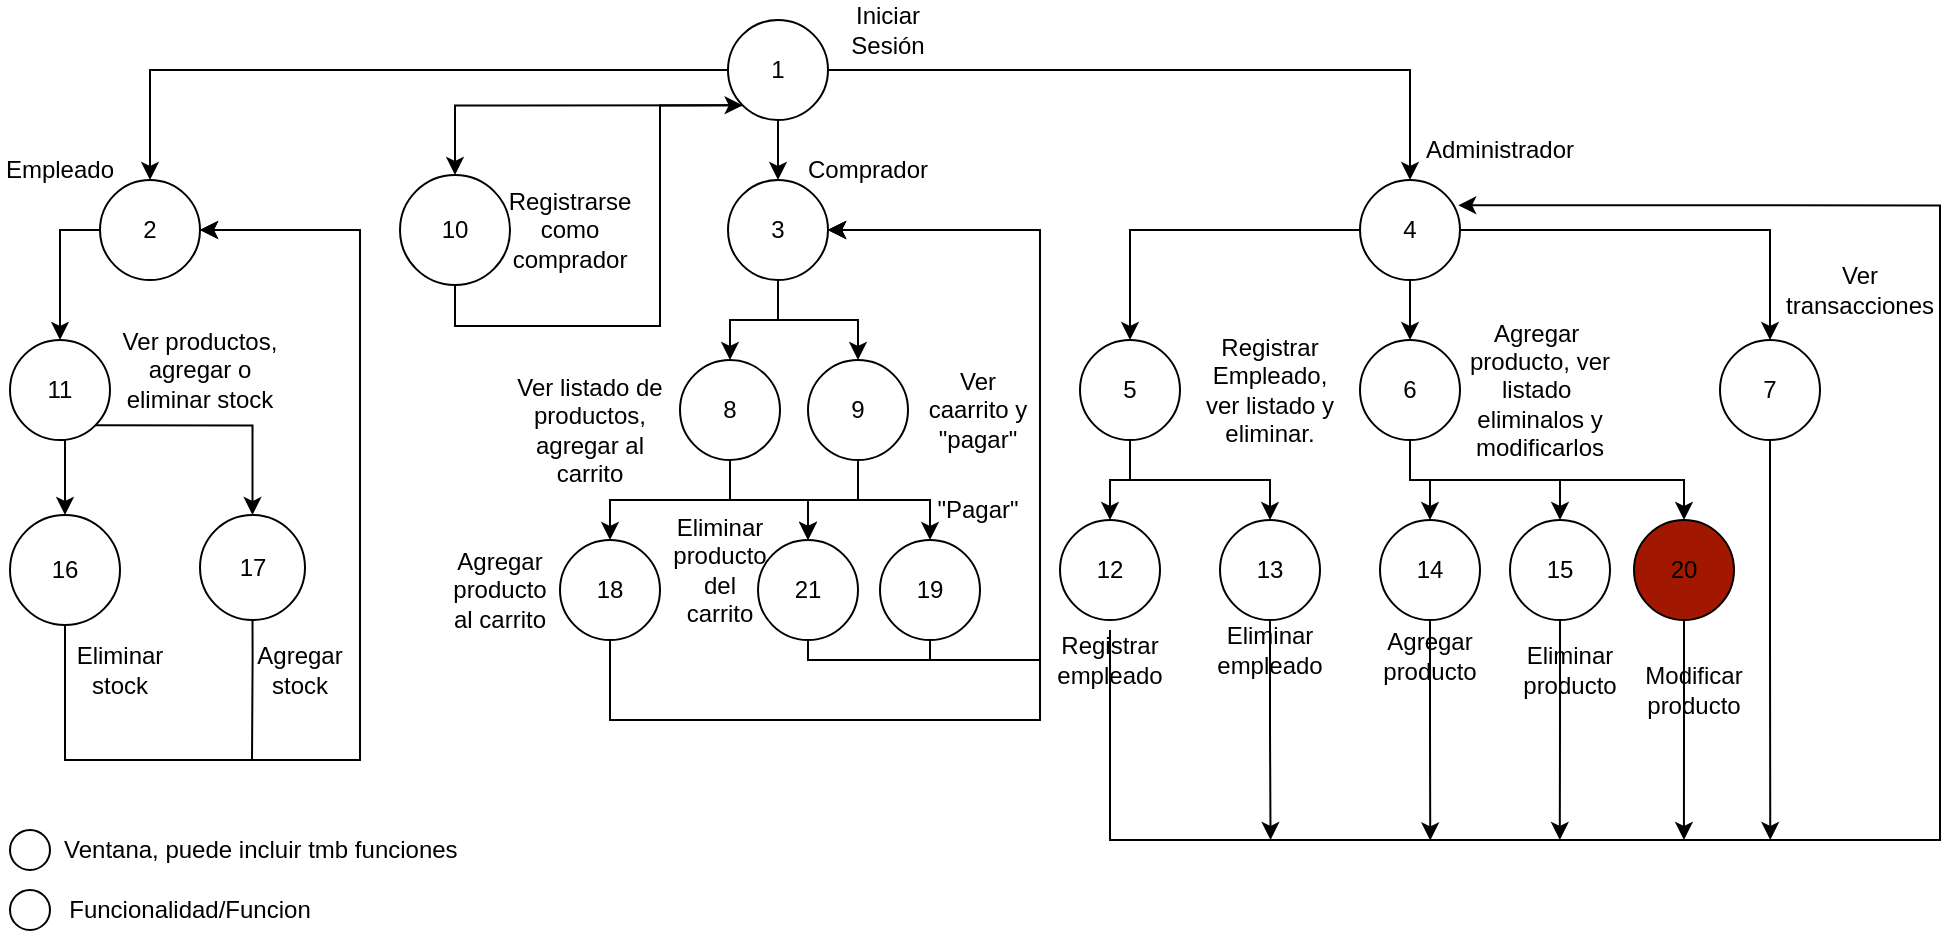
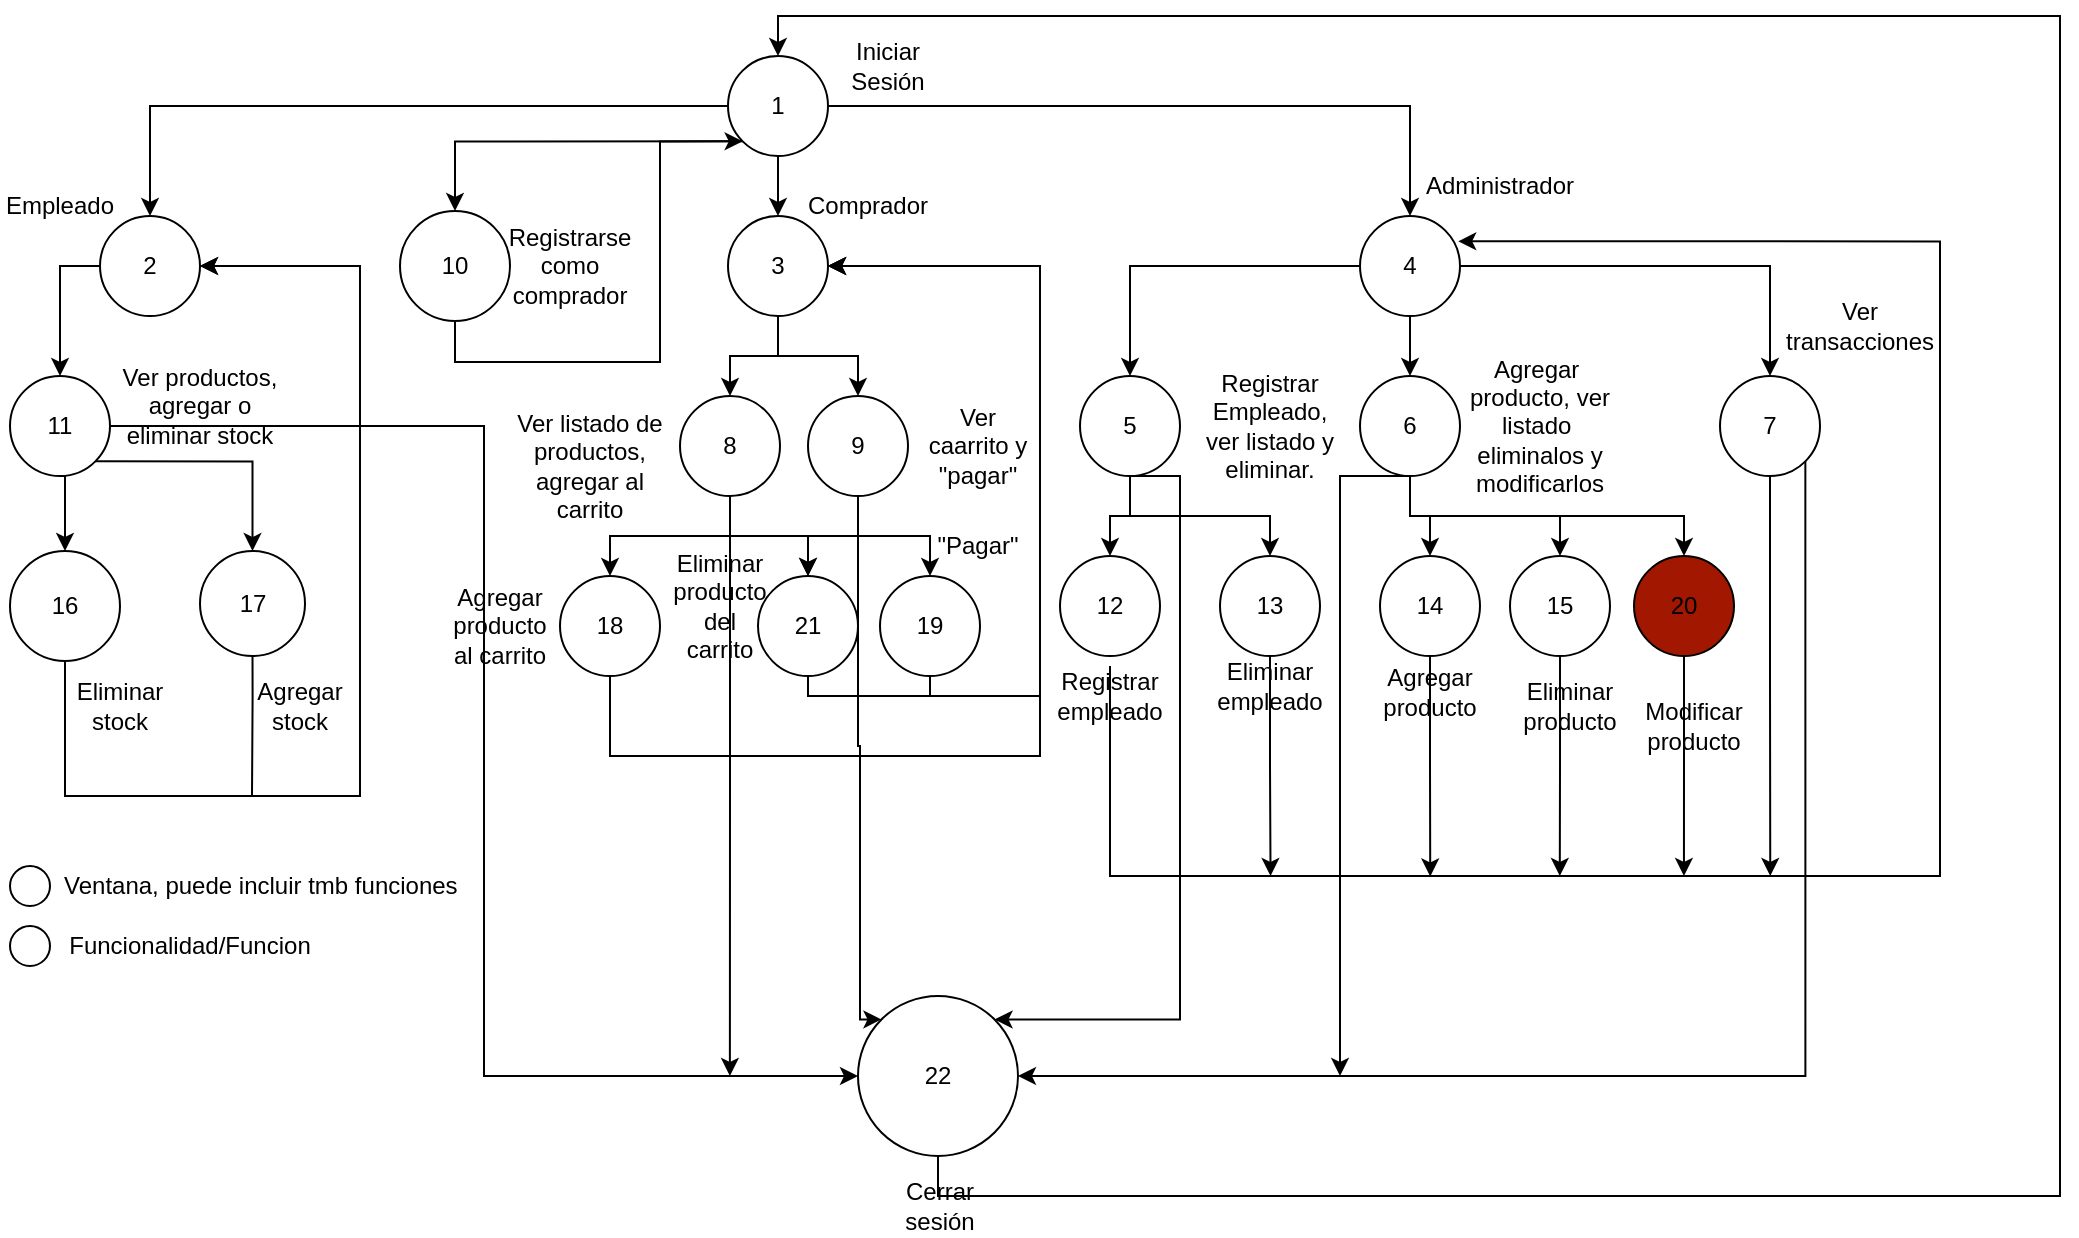
<mxfile host="Electron">
  <diagram name="General" id="yABXoofkzUlfOp70S79y">
-     <mxGraphModel dx="769" dy="369" grid="1" gridSize="10" guides="1" tooltips="1" connect="1" arrows="1" fold="1" page="1" pageScale="1" pageWidth="827" pageHeight="1169" math="0" shadow="0">
+     <mxGraphModel dx="1538" dy="1907" grid="1" gridSize="10" guides="1" tooltips="1" connect="1" arrows="1" fold="1" page="1" pageScale="1" pageWidth="827" pageHeight="1169" math="0" shadow="0">
      <root>
        <mxCell id="0" />
        <mxCell id="1" parent="0" />
        <mxCell id="LBXvCYroLYcxCpWWjZGj-19" edge="1" parent="1" source="LBXvCYroLYcxCpWWjZGj-14" style="edgeStyle=orthogonalEdgeStyle;rounded=0;orthogonalLoop=1;jettySize=auto;html=1;exitX=0;exitY=0.5;exitDx=0;exitDy=0;entryX=0.5;entryY=0;entryDx=0;entryDy=0;" target="LBXvCYroLYcxCpWWjZGj-16" value="">
          <mxGeometry relative="1" as="geometry" />
        </mxCell>
        <mxCell id="LBXvCYroLYcxCpWWjZGj-20" edge="1" parent="1" source="LBXvCYroLYcxCpWWjZGj-14" style="edgeStyle=orthogonalEdgeStyle;rounded=0;orthogonalLoop=1;jettySize=auto;html=1;exitX=0.5;exitY=1;exitDx=0;exitDy=0;entryX=0.5;entryY=0;entryDx=0;entryDy=0;" target="LBXvCYroLYcxCpWWjZGj-17">
          <mxGeometry relative="1" as="geometry" />
        </mxCell>
        <mxCell id="LBXvCYroLYcxCpWWjZGj-21" edge="1" parent="1" source="LBXvCYroLYcxCpWWjZGj-14" style="edgeStyle=orthogonalEdgeStyle;rounded=0;orthogonalLoop=1;jettySize=auto;html=1;exitX=1;exitY=0.5;exitDx=0;exitDy=0;entryX=0.5;entryY=0;entryDx=0;entryDy=0;" target="LBXvCYroLYcxCpWWjZGj-18">
          <mxGeometry relative="1" as="geometry" />
        </mxCell>
        <mxCell id="LBXvCYroLYcxCpWWjZGj-45" edge="1" parent="1" source="LBXvCYroLYcxCpWWjZGj-14" style="edgeStyle=orthogonalEdgeStyle;rounded=0;orthogonalLoop=1;jettySize=auto;html=1;exitX=0;exitY=1;exitDx=0;exitDy=0;entryX=0.5;entryY=0;entryDx=0;entryDy=0;" target="LBXvCYroLYcxCpWWjZGj-44">
          <mxGeometry relative="1" as="geometry" />
        </mxCell>
        <mxCell id="LBXvCYroLYcxCpWWjZGj-14" parent="1" style="ellipse;whiteSpace=wrap;html=1;aspect=fixed;fillColor=light-dark(#FFFFFF,#18952A);" value="1" vertex="1">
          <mxGeometry height="50" width="50" x="374" y="20" as="geometry" />
        </mxCell>
        <mxCell id="LBXvCYroLYcxCpWWjZGj-15" parent="1" style="text;html=1;whiteSpace=wrap;strokeColor=none;fillColor=none;align=center;verticalAlign=middle;rounded=0;" value="Iniciar Sesión" vertex="1">
          <mxGeometry height="30" width="60" x="424" y="10" as="geometry" />
        </mxCell>
        <mxCell id="LBXvCYroLYcxCpWWjZGj-49" edge="1" parent="1" source="LBXvCYroLYcxCpWWjZGj-16" style="edgeStyle=orthogonalEdgeStyle;rounded=0;orthogonalLoop=1;jettySize=auto;html=1;exitX=0;exitY=0.5;exitDx=0;exitDy=0;entryX=0.5;entryY=0;entryDx=0;entryDy=0;" target="LBXvCYroLYcxCpWWjZGj-47">
          <mxGeometry relative="1" as="geometry" />
        </mxCell>
        <mxCell id="LBXvCYroLYcxCpWWjZGj-16" parent="1" style="ellipse;whiteSpace=wrap;html=1;aspect=fixed;" value="2" vertex="1">
          <mxGeometry height="50" width="50" x="60" y="100" as="geometry" />
        </mxCell>
        <mxCell id="LBXvCYroLYcxCpWWjZGj-98" edge="1" parent="1" source="LBXvCYroLYcxCpWWjZGj-17" style="edgeStyle=orthogonalEdgeStyle;rounded=0;orthogonalLoop=1;jettySize=auto;html=1;exitX=0.5;exitY=1;exitDx=0;exitDy=0;entryX=0.5;entryY=0;entryDx=0;entryDy=0;" target="LBXvCYroLYcxCpWWjZGj-38">
          <mxGeometry relative="1" as="geometry" />
        </mxCell>
        <mxCell id="LBXvCYroLYcxCpWWjZGj-99" edge="1" parent="1" source="LBXvCYroLYcxCpWWjZGj-17" style="edgeStyle=orthogonalEdgeStyle;rounded=0;orthogonalLoop=1;jettySize=auto;html=1;exitX=0.5;exitY=1;exitDx=0;exitDy=0;entryX=0.5;entryY=0;entryDx=0;entryDy=0;" target="LBXvCYroLYcxCpWWjZGj-40">
          <mxGeometry relative="1" as="geometry" />
        </mxCell>
        <mxCell id="LBXvCYroLYcxCpWWjZGj-17" parent="1" style="ellipse;whiteSpace=wrap;html=1;aspect=fixed;" value="3" vertex="1">
          <mxGeometry height="50" width="50" x="374" y="100" as="geometry" />
        </mxCell>
        <mxCell id="LBXvCYroLYcxCpWWjZGj-57" edge="1" parent="1" source="LBXvCYroLYcxCpWWjZGj-18" style="edgeStyle=orthogonalEdgeStyle;rounded=0;orthogonalLoop=1;jettySize=auto;html=1;exitX=0.5;exitY=1;exitDx=0;exitDy=0;entryX=0.5;entryY=0;entryDx=0;entryDy=0;" target="LBXvCYroLYcxCpWWjZGj-26">
          <mxGeometry relative="1" as="geometry" />
        </mxCell>
        <mxCell id="LBXvCYroLYcxCpWWjZGj-58" edge="1" parent="1" source="LBXvCYroLYcxCpWWjZGj-18" style="edgeStyle=orthogonalEdgeStyle;rounded=0;orthogonalLoop=1;jettySize=auto;html=1;exitX=1;exitY=0.5;exitDx=0;exitDy=0;entryX=0.5;entryY=0;entryDx=0;entryDy=0;" target="LBXvCYroLYcxCpWWjZGj-27">
          <mxGeometry relative="1" as="geometry" />
        </mxCell>
        <mxCell id="LBXvCYroLYcxCpWWjZGj-59" edge="1" parent="1" source="LBXvCYroLYcxCpWWjZGj-18" style="edgeStyle=orthogonalEdgeStyle;rounded=0;orthogonalLoop=1;jettySize=auto;html=1;exitX=0;exitY=0.5;exitDx=0;exitDy=0;entryX=0.5;entryY=0;entryDx=0;entryDy=0;" target="LBXvCYroLYcxCpWWjZGj-25">
          <mxGeometry relative="1" as="geometry" />
        </mxCell>
        <mxCell id="LBXvCYroLYcxCpWWjZGj-18" parent="1" style="ellipse;whiteSpace=wrap;html=1;aspect=fixed;" value="4" vertex="1">
          <mxGeometry height="50" width="50" x="690" y="100" as="geometry" />
        </mxCell>
        <mxCell id="LBXvCYroLYcxCpWWjZGj-22" parent="1" style="text;html=1;whiteSpace=wrap;strokeColor=none;fillColor=none;align=center;verticalAlign=middle;rounded=0;" value="Empleado" vertex="1">
          <mxGeometry height="30" width="60" x="10" y="80" as="geometry" />
        </mxCell>
        <mxCell id="LBXvCYroLYcxCpWWjZGj-23" parent="1" style="text;html=1;whiteSpace=wrap;strokeColor=none;fillColor=none;align=center;verticalAlign=middle;rounded=0;" value="Comprador" vertex="1">
          <mxGeometry height="30" width="60" x="414" y="80" as="geometry" />
        </mxCell>
        <mxCell id="LBXvCYroLYcxCpWWjZGj-24" parent="1" style="text;html=1;whiteSpace=wrap;strokeColor=none;fillColor=none;align=center;verticalAlign=middle;rounded=0;" value="Administrador" vertex="1">
          <mxGeometry height="30" width="60" x="730" y="70" as="geometry" />
        </mxCell>
        <mxCell id="LBXvCYroLYcxCpWWjZGj-60" edge="1" parent="1" source="LBXvCYroLYcxCpWWjZGj-25" style="edgeStyle=orthogonalEdgeStyle;rounded=0;orthogonalLoop=1;jettySize=auto;html=1;exitX=0.5;exitY=1;exitDx=0;exitDy=0;entryX=0.5;entryY=0;entryDx=0;entryDy=0;" target="LBXvCYroLYcxCpWWjZGj-54">
          <mxGeometry relative="1" as="geometry" />
        </mxCell>
        <mxCell id="LBXvCYroLYcxCpWWjZGj-61" edge="1" parent="1" source="LBXvCYroLYcxCpWWjZGj-25" style="edgeStyle=orthogonalEdgeStyle;rounded=0;orthogonalLoop=1;jettySize=auto;html=1;exitX=0.5;exitY=1;exitDx=0;exitDy=0;" target="LBXvCYroLYcxCpWWjZGj-55">
          <mxGeometry relative="1" as="geometry" />
        </mxCell>
+         <mxCell id="wNyk0zgXBIJdKZvLJYqR-15" edge="1" parent="1" source="LBXvCYroLYcxCpWWjZGj-25" style="edgeStyle=orthogonalEdgeStyle;rounded=0;orthogonalLoop=1;jettySize=auto;html=1;exitX=0.5;exitY=1;exitDx=0;exitDy=0;entryX=1;entryY=0;entryDx=0;entryDy=0;" target="wNyk0zgXBIJdKZvLJYqR-11">
+           <mxGeometry relative="1" as="geometry">
+             <Array as="points">
+               <mxPoint x="600" y="230" />
+               <mxPoint x="600" y="502" />
+             </Array>
+           </mxGeometry>
+         </mxCell>
        <mxCell id="LBXvCYroLYcxCpWWjZGj-25" parent="1" style="ellipse;whiteSpace=wrap;html=1;aspect=fixed;fillColor=light-dark(#FFFFFF,#18952A);" value="5" vertex="1">
          <mxGeometry height="50" width="50" x="550" y="180" as="geometry" />
        </mxCell>
        <mxCell id="LBXvCYroLYcxCpWWjZGj-66" edge="1" parent="1" source="LBXvCYroLYcxCpWWjZGj-26" style="edgeStyle=orthogonalEdgeStyle;rounded=0;orthogonalLoop=1;jettySize=auto;html=1;exitX=0.5;exitY=1;exitDx=0;exitDy=0;entryX=0.5;entryY=0;entryDx=0;entryDy=0;" target="LBXvCYroLYcxCpWWjZGj-64">
          <mxGeometry relative="1" as="geometry" />
        </mxCell>
        <mxCell id="LBXvCYroLYcxCpWWjZGj-67" edge="1" parent="1" source="LBXvCYroLYcxCpWWjZGj-26" style="edgeStyle=orthogonalEdgeStyle;rounded=0;orthogonalLoop=1;jettySize=auto;html=1;exitX=0.5;exitY=1;exitDx=0;exitDy=0;entryX=0.5;entryY=0;entryDx=0;entryDy=0;" target="LBXvCYroLYcxCpWWjZGj-65">
          <mxGeometry relative="1" as="geometry" />
        </mxCell>
        <mxCell id="hRm-Ou00VWeYjdHq_WFA-5" edge="1" parent="1" source="LBXvCYroLYcxCpWWjZGj-26" style="edgeStyle=orthogonalEdgeStyle;rounded=0;orthogonalLoop=1;jettySize=auto;html=1;exitX=0.5;exitY=1;exitDx=0;exitDy=0;entryX=0.5;entryY=0;entryDx=0;entryDy=0;" target="hRm-Ou00VWeYjdHq_WFA-3">
          <mxGeometry relative="1" as="geometry" />
        </mxCell>
+         <mxCell id="wNyk0zgXBIJdKZvLJYqR-20" edge="1" parent="1" source="LBXvCYroLYcxCpWWjZGj-26" style="edgeStyle=orthogonalEdgeStyle;rounded=0;orthogonalLoop=1;jettySize=auto;html=1;exitX=0.5;exitY=1;exitDx=0;exitDy=0;">
+           <mxGeometry relative="1" as="geometry">
+             <Array as="points">
+               <mxPoint x="680" y="230" />
+               <mxPoint x="680" y="530" />
+             </Array>
+             <mxPoint x="680" y="530" as="targetPoint" />
+           </mxGeometry>
+         </mxCell>
        <mxCell id="LBXvCYroLYcxCpWWjZGj-26" parent="1" style="ellipse;whiteSpace=wrap;html=1;aspect=fixed;fillColor=light-dark(#FFFFFF,#18952A);" value="6" vertex="1">
          <mxGeometry height="50" width="50" x="690" y="180" as="geometry" />
        </mxCell>
        <mxCell id="hRm-Ou00VWeYjdHq_WFA-1" edge="1" parent="1" source="LBXvCYroLYcxCpWWjZGj-27" style="edgeStyle=orthogonalEdgeStyle;rounded=0;orthogonalLoop=1;jettySize=auto;html=1;exitX=0.5;exitY=1;exitDx=0;exitDy=0;">
          <mxGeometry relative="1" as="geometry">
            <mxPoint x="895.1290322580644" y="430" as="targetPoint" />
          </mxGeometry>
        </mxCell>
+         <mxCell id="wNyk0zgXBIJdKZvLJYqR-19" edge="1" parent="1" source="LBXvCYroLYcxCpWWjZGj-27" style="edgeStyle=orthogonalEdgeStyle;rounded=0;orthogonalLoop=1;jettySize=auto;html=1;exitX=1;exitY=1;exitDx=0;exitDy=0;entryX=1;entryY=0.5;entryDx=0;entryDy=0;" target="wNyk0zgXBIJdKZvLJYqR-11">
+           <mxGeometry relative="1" as="geometry">
+             <Array as="points">
+               <mxPoint x="913" y="530" />
+             </Array>
+           </mxGeometry>
+         </mxCell>
        <mxCell id="LBXvCYroLYcxCpWWjZGj-27" parent="1" style="ellipse;whiteSpace=wrap;html=1;aspect=fixed;fillColor=light-dark(#FFFFFF,#18952A);" value="7" vertex="1">
          <mxGeometry height="50" width="50" x="870" y="180" as="geometry" />
        </mxCell>
        <mxCell id="LBXvCYroLYcxCpWWjZGj-28" parent="1" style="text;html=1;whiteSpace=wrap;strokeColor=none;fillColor=none;align=center;verticalAlign=middle;rounded=0;" value="Registrar&lt;div&gt;Empleado,&lt;/div&gt;&lt;div&gt;ver listado y eliminar.&lt;/div&gt;" vertex="1">
          <mxGeometry height="30" width="70" x="610" y="190" as="geometry" />
        </mxCell>
        <mxCell id="LBXvCYroLYcxCpWWjZGj-30" parent="1" style="text;html=1;whiteSpace=wrap;strokeColor=none;fillColor=none;align=center;verticalAlign=middle;rounded=0;" value="Agregar&amp;nbsp;&lt;div&gt;producto, ver listado&amp;nbsp; eliminalos y modificarlos&lt;/div&gt;" vertex="1">
          <mxGeometry height="30" width="80" x="740" y="190" as="geometry" />
        </mxCell>
        <mxCell id="LBXvCYroLYcxCpWWjZGj-34" parent="1" style="text;html=1;whiteSpace=wrap;strokeColor=none;fillColor=none;align=center;verticalAlign=middle;rounded=0;" value="Ver transacciones" vertex="1">
          <mxGeometry height="30" width="60" x="910" y="140" as="geometry" />
        </mxCell>
        <mxCell id="LBXvCYroLYcxCpWWjZGj-102" edge="1" parent="1" source="LBXvCYroLYcxCpWWjZGj-38" style="edgeStyle=orthogonalEdgeStyle;rounded=0;orthogonalLoop=1;jettySize=auto;html=1;exitX=0.5;exitY=1;exitDx=0;exitDy=0;entryX=0.5;entryY=0;entryDx=0;entryDy=0;" target="LBXvCYroLYcxCpWWjZGj-100">
          <mxGeometry relative="1" as="geometry" />
        </mxCell>
        <mxCell id="wNyk0zgXBIJdKZvLJYqR-7" edge="1" parent="1" source="LBXvCYroLYcxCpWWjZGj-38" style="edgeStyle=orthogonalEdgeStyle;rounded=0;orthogonalLoop=1;jettySize=auto;html=1;exitX=0.5;exitY=1;exitDx=0;exitDy=0;entryX=0.5;entryY=0;entryDx=0;entryDy=0;" target="wNyk0zgXBIJdKZvLJYqR-1">
          <mxGeometry relative="1" as="geometry" />
        </mxCell>
+         <mxCell id="wNyk0zgXBIJdKZvLJYqR-22" edge="1" parent="1" source="LBXvCYroLYcxCpWWjZGj-38" style="edgeStyle=orthogonalEdgeStyle;rounded=0;orthogonalLoop=1;jettySize=auto;html=1;exitX=0.5;exitY=1;exitDx=0;exitDy=0;">
+           <mxGeometry relative="1" as="geometry">
+             <mxPoint x="374.9411764705883" y="530" as="targetPoint" />
+           </mxGeometry>
+         </mxCell>
        <mxCell id="LBXvCYroLYcxCpWWjZGj-38" parent="1" style="ellipse;whiteSpace=wrap;html=1;aspect=fixed;fillColor=light-dark(#FFFFFF,#18952A);" value="8" vertex="1">
          <mxGeometry height="50" width="50" x="350" y="190" as="geometry" />
        </mxCell>
        <mxCell id="LBXvCYroLYcxCpWWjZGj-39" parent="1" style="text;html=1;whiteSpace=wrap;strokeColor=none;fillColor=none;align=center;verticalAlign=middle;rounded=0;" value="Ver listado de productos, agregar al carrito" vertex="1">
          <mxGeometry height="30" width="80" x="265" y="210" as="geometry" />
        </mxCell>
        <mxCell id="LBXvCYroLYcxCpWWjZGj-104" edge="1" parent="1" source="LBXvCYroLYcxCpWWjZGj-40" style="edgeStyle=orthogonalEdgeStyle;rounded=0;orthogonalLoop=1;jettySize=auto;html=1;exitX=0.5;exitY=1;exitDx=0;exitDy=0;entryX=0.5;entryY=0;entryDx=0;entryDy=0;" target="LBXvCYroLYcxCpWWjZGj-101">
          <mxGeometry relative="1" as="geometry" />
        </mxCell>
        <mxCell id="wNyk0zgXBIJdKZvLJYqR-4" edge="1" parent="1" source="LBXvCYroLYcxCpWWjZGj-40" style="edgeStyle=orthogonalEdgeStyle;rounded=0;orthogonalLoop=1;jettySize=auto;html=1;exitX=0.5;exitY=1;exitDx=0;exitDy=0;" target="wNyk0zgXBIJdKZvLJYqR-1">
          <mxGeometry relative="1" as="geometry" />
+         </mxCell>
+         <mxCell id="wNyk0zgXBIJdKZvLJYqR-14" edge="1" parent="1" source="LBXvCYroLYcxCpWWjZGj-40" style="edgeStyle=orthogonalEdgeStyle;rounded=0;orthogonalLoop=1;jettySize=auto;html=1;exitX=0.5;exitY=1;exitDx=0;exitDy=0;entryX=0;entryY=0;entryDx=0;entryDy=0;" target="wNyk0zgXBIJdKZvLJYqR-11">
+           <mxGeometry relative="1" as="geometry">
+             <Array as="points">
+               <mxPoint x="439" y="365" />
+               <mxPoint x="440" y="365" />
+               <mxPoint x="440" y="502" />
+             </Array>
+           </mxGeometry>
        </mxCell>
        <mxCell id="LBXvCYroLYcxCpWWjZGj-40" parent="1" style="ellipse;whiteSpace=wrap;html=1;aspect=fixed;fillColor=light-dark(#FFFFFF,#18952A);" value="9" vertex="1">
          <mxGeometry height="50" width="50" x="414" y="190" as="geometry" />
        </mxCell>
        <mxCell id="LBXvCYroLYcxCpWWjZGj-41" parent="1" style="text;html=1;whiteSpace=wrap;strokeColor=none;fillColor=none;align=center;verticalAlign=middle;rounded=0;" value="Ver caarrito y &quot;pagar&quot;" vertex="1">
          <mxGeometry height="30" width="60" x="469" y="200" as="geometry" />
        </mxCell>
        <mxCell id="LBXvCYroLYcxCpWWjZGj-79" edge="1" parent="1" source="LBXvCYroLYcxCpWWjZGj-44" style="edgeStyle=orthogonalEdgeStyle;rounded=0;orthogonalLoop=1;jettySize=auto;html=1;exitX=0.5;exitY=1;exitDx=0;exitDy=0;entryX=0;entryY=1;entryDx=0;entryDy=0;" target="LBXvCYroLYcxCpWWjZGj-14">
          <mxGeometry relative="1" as="geometry">
            <Array as="points">
              <mxPoint x="237" y="173" />
              <mxPoint x="340" y="173" />
              <mxPoint x="340" y="63" />
            </Array>
          </mxGeometry>
        </mxCell>
        <mxCell id="LBXvCYroLYcxCpWWjZGj-44" parent="1" style="ellipse;whiteSpace=wrap;html=1;aspect=fixed;fillColor=light-dark(#FFFFFF,#18952A);" value="10" vertex="1">
          <mxGeometry height="55" width="55" x="210" y="97.5" as="geometry" />
        </mxCell>
        <mxCell id="LBXvCYroLYcxCpWWjZGj-46" parent="1" style="text;html=1;whiteSpace=wrap;strokeColor=none;fillColor=none;align=center;verticalAlign=middle;rounded=0;" value="Registrarse como comprador" vertex="1">
          <mxGeometry height="30" width="60" x="265" y="110" as="geometry" />
        </mxCell>
        <mxCell id="LBXvCYroLYcxCpWWjZGj-74" edge="1" parent="1" source="LBXvCYroLYcxCpWWjZGj-47" style="edgeStyle=orthogonalEdgeStyle;rounded=0;orthogonalLoop=1;jettySize=auto;html=1;exitX=0.5;exitY=1;exitDx=0;exitDy=0;entryX=0.5;entryY=0;entryDx=0;entryDy=0;" target="LBXvCYroLYcxCpWWjZGj-72">
          <mxGeometry relative="1" as="geometry" />
        </mxCell>
        <mxCell id="LBXvCYroLYcxCpWWjZGj-75" edge="1" parent="1" source="LBXvCYroLYcxCpWWjZGj-47" style="edgeStyle=orthogonalEdgeStyle;rounded=0;orthogonalLoop=1;jettySize=auto;html=1;exitX=1;exitY=1;exitDx=0;exitDy=0;" target="LBXvCYroLYcxCpWWjZGj-73">
+           <mxGeometry relative="1" as="geometry" />
+         </mxCell>
+         <mxCell id="wNyk0zgXBIJdKZvLJYqR-12" edge="1" parent="1" source="LBXvCYroLYcxCpWWjZGj-47" style="edgeStyle=orthogonalEdgeStyle;rounded=0;orthogonalLoop=1;jettySize=auto;html=1;exitX=1;exitY=0.5;exitDx=0;exitDy=0;entryX=0;entryY=0.5;entryDx=0;entryDy=0;" target="wNyk0zgXBIJdKZvLJYqR-11">
          <mxGeometry relative="1" as="geometry" />
        </mxCell>
        <mxCell id="LBXvCYroLYcxCpWWjZGj-47" parent="1" style="ellipse;whiteSpace=wrap;html=1;aspect=fixed;fillColor=light-dark(#FFFFFF,#18952A);" value="11" vertex="1">
          <mxGeometry height="50" width="50" x="15" y="180" as="geometry" />
        </mxCell>
        <mxCell id="LBXvCYroLYcxCpWWjZGj-48" parent="1" style="text;html=1;whiteSpace=wrap;strokeColor=none;fillColor=none;align=center;verticalAlign=middle;rounded=0;" value="Ver productos, agregar o eliminar stock" vertex="1">
          <mxGeometry height="30" width="80" x="70" y="180" as="geometry" />
        </mxCell>
        <mxCell id="LBXvCYroLYcxCpWWjZGj-54" parent="1" style="ellipse;whiteSpace=wrap;html=1;aspect=fixed;fillColor=light-dark(#FFFFFF,#A21700);" value="12" vertex="1">
          <mxGeometry height="50" width="50" x="540" y="270" as="geometry" />
        </mxCell>
        <mxCell id="LBXvCYroLYcxCpWWjZGj-81" edge="1" parent="1" source="LBXvCYroLYcxCpWWjZGj-55" style="edgeStyle=orthogonalEdgeStyle;rounded=0;orthogonalLoop=1;jettySize=auto;html=1;exitX=0.5;exitY=1;exitDx=0;exitDy=0;">
          <mxGeometry relative="1" as="geometry">
            <mxPoint x="645.272727272727" y="430" as="targetPoint" />
          </mxGeometry>
        </mxCell>
        <mxCell id="LBXvCYroLYcxCpWWjZGj-55" parent="1" style="ellipse;whiteSpace=wrap;html=1;aspect=fixed;fillColor=light-dark(#FFFFFF,#A21700);" value="13" vertex="1">
          <mxGeometry height="50" width="50" x="620" y="270" as="geometry" />
        </mxCell>
        <mxCell id="LBXvCYroLYcxCpWWjZGj-62" parent="1" style="text;html=1;whiteSpace=wrap;strokeColor=none;fillColor=none;align=center;verticalAlign=middle;rounded=0;" value="Registrar&lt;div&gt;empleado&lt;/div&gt;" vertex="1">
          <mxGeometry height="30" width="60" x="535" y="325" as="geometry" />
        </mxCell>
        <mxCell id="LBXvCYroLYcxCpWWjZGj-63" parent="1" style="text;html=1;whiteSpace=wrap;strokeColor=none;fillColor=none;align=center;verticalAlign=middle;rounded=0;" value="Eliminar&lt;div&gt;empleado&lt;/div&gt;" vertex="1">
          <mxGeometry height="30" width="60" x="615" y="320" as="geometry" />
        </mxCell>
        <mxCell id="LBXvCYroLYcxCpWWjZGj-88" edge="1" parent="1" source="LBXvCYroLYcxCpWWjZGj-64" style="edgeStyle=orthogonalEdgeStyle;rounded=0;orthogonalLoop=1;jettySize=auto;html=1;exitX=0.5;exitY=1;exitDx=0;exitDy=0;">
          <mxGeometry relative="1" as="geometry">
            <mxPoint x="725.1212121212122" y="430.242402047822" as="targetPoint" />
          </mxGeometry>
        </mxCell>
        <mxCell id="LBXvCYroLYcxCpWWjZGj-64" parent="1" style="ellipse;whiteSpace=wrap;html=1;aspect=fixed;fillColor=light-dark(#FFFFFF,#A21700);" value="14" vertex="1">
          <mxGeometry height="50" width="50" x="700" y="270" as="geometry" />
        </mxCell>
        <mxCell id="wNyk0zgXBIJdKZvLJYqR-9" edge="1" parent="1" source="LBXvCYroLYcxCpWWjZGj-65" style="edgeStyle=orthogonalEdgeStyle;rounded=0;orthogonalLoop=1;jettySize=auto;html=1;exitX=0.5;exitY=1;exitDx=0;exitDy=0;">
          <mxGeometry relative="1" as="geometry">
            <mxPoint x="789.8965517241379" y="430" as="targetPoint" />
          </mxGeometry>
        </mxCell>
        <mxCell id="LBXvCYroLYcxCpWWjZGj-65" parent="1" style="ellipse;whiteSpace=wrap;html=1;aspect=fixed;fillColor=light-dark(#FFFFFF,#A21700);" value="15" vertex="1">
          <mxGeometry height="50" width="50" x="765" y="270" as="geometry" />
        </mxCell>
        <mxCell id="LBXvCYroLYcxCpWWjZGj-69" parent="1" style="text;html=1;whiteSpace=wrap;strokeColor=none;fillColor=none;align=center;verticalAlign=middle;rounded=0;" value="Eliminar&lt;div&gt;producto&lt;/div&gt;" vertex="1">
          <mxGeometry height="30" width="60" x="765" y="330" as="geometry" />
        </mxCell>
        <mxCell id="LBXvCYroLYcxCpWWjZGj-96" edge="1" parent="1" source="LBXvCYroLYcxCpWWjZGj-72" style="edgeStyle=orthogonalEdgeStyle;rounded=0;orthogonalLoop=1;jettySize=auto;html=1;exitX=0.5;exitY=1;exitDx=0;exitDy=0;entryX=1;entryY=0.5;entryDx=0;entryDy=0;" target="LBXvCYroLYcxCpWWjZGj-16">
          <mxGeometry relative="1" as="geometry">
            <Array as="points">
              <mxPoint x="42" y="390" />
              <mxPoint x="190" y="390" />
              <mxPoint x="190" y="125" />
            </Array>
          </mxGeometry>
        </mxCell>
        <mxCell id="LBXvCYroLYcxCpWWjZGj-72" parent="1" style="ellipse;whiteSpace=wrap;html=1;aspect=fixed;fillColor=light-dark(#FFFFFF,#A21700);" value="16" vertex="1">
          <mxGeometry height="55" width="55" x="15" y="267.5" as="geometry" />
        </mxCell>
        <mxCell id="LBXvCYroLYcxCpWWjZGj-97" edge="1" parent="1" source="LBXvCYroLYcxCpWWjZGj-73" style="edgeStyle=orthogonalEdgeStyle;rounded=0;orthogonalLoop=1;jettySize=auto;html=1;exitX=0.5;exitY=1;exitDx=0;exitDy=0;entryX=1;entryY=0.5;entryDx=0;entryDy=0;" target="LBXvCYroLYcxCpWWjZGj-16">
          <mxGeometry relative="1" as="geometry">
            <Array as="points">
              <mxPoint x="136" y="340" />
              <mxPoint x="136" y="390" />
              <mxPoint x="190" y="390" />
              <mxPoint x="190" y="125" />
            </Array>
          </mxGeometry>
        </mxCell>
        <mxCell id="LBXvCYroLYcxCpWWjZGj-73" parent="1" style="ellipse;whiteSpace=wrap;html=1;aspect=fixed;fillColor=light-dark(#FFFFFF,#A21700);" value="17" vertex="1">
          <mxGeometry height="52.5" width="52.5" x="110" y="267.5" as="geometry" />
        </mxCell>
        <mxCell id="LBXvCYroLYcxCpWWjZGj-76" parent="1" style="text;html=1;whiteSpace=wrap;strokeColor=none;fillColor=none;align=center;verticalAlign=middle;rounded=0;" value="Eliminar&lt;div&gt;stock&lt;/div&gt;" vertex="1">
          <mxGeometry height="30" width="60" x="40" y="330" as="geometry" />
        </mxCell>
        <mxCell id="LBXvCYroLYcxCpWWjZGj-78" parent="1" style="text;html=1;whiteSpace=wrap;strokeColor=none;fillColor=none;align=center;verticalAlign=middle;rounded=0;" value="Agregar&lt;div&gt;stock&lt;/div&gt;" vertex="1">
          <mxGeometry height="30" width="60" x="130" y="330" as="geometry" />
        </mxCell>
        <mxCell id="LBXvCYroLYcxCpWWjZGj-80" edge="1" parent="1" source="LBXvCYroLYcxCpWWjZGj-62" style="edgeStyle=orthogonalEdgeStyle;rounded=0;orthogonalLoop=1;jettySize=auto;html=1;exitX=0.5;exitY=0;exitDx=0;exitDy=0;entryX=0.982;entryY=0.253;entryDx=0;entryDy=0;entryPerimeter=0;" target="LBXvCYroLYcxCpWWjZGj-18">
          <mxGeometry relative="1" as="geometry">
            <Array as="points">
              <mxPoint x="565" y="430" />
              <mxPoint x="980" y="430" />
              <mxPoint x="980" y="113" />
            </Array>
          </mxGeometry>
        </mxCell>
        <mxCell id="LBXvCYroLYcxCpWWjZGj-68" parent="1" style="text;html=1;whiteSpace=wrap;strokeColor=none;fillColor=none;align=center;verticalAlign=middle;rounded=0;" value="Agregar&lt;div&gt;producto&lt;/div&gt;" vertex="1">
          <mxGeometry height="30" width="60" x="695" y="322.5" as="geometry" />
        </mxCell>
        <mxCell id="LBXvCYroLYcxCpWWjZGj-111" edge="1" parent="1" source="LBXvCYroLYcxCpWWjZGj-100" style="edgeStyle=orthogonalEdgeStyle;rounded=0;orthogonalLoop=1;jettySize=auto;html=1;exitX=0.5;exitY=1;exitDx=0;exitDy=0;entryX=1;entryY=0.5;entryDx=0;entryDy=0;" target="LBXvCYroLYcxCpWWjZGj-17">
          <mxGeometry relative="1" as="geometry">
            <Array as="points">
              <mxPoint x="315" y="370" />
              <mxPoint x="530" y="370" />
              <mxPoint x="530" y="125" />
            </Array>
          </mxGeometry>
        </mxCell>
        <mxCell id="LBXvCYroLYcxCpWWjZGj-100" parent="1" style="ellipse;whiteSpace=wrap;html=1;aspect=fixed;fillColor=light-dark(#FFFFFF,#A21700);" value="18" vertex="1">
          <mxGeometry height="50" width="50" x="290" y="280" as="geometry" />
        </mxCell>
        <mxCell id="LBXvCYroLYcxCpWWjZGj-112" edge="1" parent="1" source="LBXvCYroLYcxCpWWjZGj-101" style="edgeStyle=orthogonalEdgeStyle;rounded=0;orthogonalLoop=1;jettySize=auto;html=1;exitX=0.5;exitY=1;exitDx=0;exitDy=0;entryX=1;entryY=0.5;entryDx=0;entryDy=0;" target="LBXvCYroLYcxCpWWjZGj-17">
          <mxGeometry relative="1" as="geometry">
            <Array as="points">
              <mxPoint x="475" y="340" />
              <mxPoint x="530" y="340" />
              <mxPoint x="530" y="125" />
            </Array>
          </mxGeometry>
        </mxCell>
        <mxCell id="LBXvCYroLYcxCpWWjZGj-101" parent="1" style="ellipse;whiteSpace=wrap;html=1;aspect=fixed;fillColor=light-dark(#FFFFFF,#A21700);" value="19" vertex="1">
          <mxGeometry height="50" width="50" x="450" y="280" as="geometry" />
        </mxCell>
        <mxCell id="LBXvCYroLYcxCpWWjZGj-105" parent="1" style="text;html=1;whiteSpace=wrap;strokeColor=none;fillColor=none;align=center;verticalAlign=middle;rounded=0;" value="&quot;Pagar&quot;" vertex="1">
          <mxGeometry height="30" width="60" x="469" y="250" as="geometry" />
        </mxCell>
        <mxCell id="LBXvCYroLYcxCpWWjZGj-106" parent="1" style="text;html=1;whiteSpace=wrap;strokeColor=none;fillColor=none;align=center;verticalAlign=middle;rounded=0;" value="Agregar producto al carrito" vertex="1">
          <mxGeometry height="30" width="60" x="230" y="290" as="geometry" />
        </mxCell>
        <mxCell id="LBXvCYroLYcxCpWWjZGj-107" parent="1" style="ellipse;whiteSpace=wrap;html=1;aspect=fixed;fillColor=light-dark(#FFFFFF,#18952A);" value="" vertex="1">
          <mxGeometry height="20" width="20" x="15" y="425" as="geometry" />
        </mxCell>
        <mxCell id="LBXvCYroLYcxCpWWjZGj-108" parent="1" style="ellipse;whiteSpace=wrap;html=1;aspect=fixed;fillColor=light-dark(#FFFFFF,#A21700);" value="" vertex="1">
          <mxGeometry height="20" width="20" x="15" y="455" as="geometry" />
        </mxCell>
        <mxCell id="LBXvCYroLYcxCpWWjZGj-109" parent="1" style="text;html=1;whiteSpace=wrap;strokeColor=none;fillColor=none;align=left;verticalAlign=middle;rounded=0;" value="Ventana, puede incluir tmb funciones" vertex="1">
          <mxGeometry height="30" width="205" x="40" y="420" as="geometry" />
        </mxCell>
        <mxCell id="LBXvCYroLYcxCpWWjZGj-110" parent="1" style="text;html=1;whiteSpace=wrap;strokeColor=none;fillColor=none;align=center;verticalAlign=middle;rounded=0;" value="Funcionalidad/Funcion" vertex="1">
          <mxGeometry height="30" width="60" x="75" y="450" as="geometry" />
        </mxCell>
        <mxCell id="wNyk0zgXBIJdKZvLJYqR-8" edge="1" parent="1" source="hRm-Ou00VWeYjdHq_WFA-3" style="edgeStyle=orthogonalEdgeStyle;rounded=0;orthogonalLoop=1;jettySize=auto;html=1;exitX=0.5;exitY=1;exitDx=0;exitDy=0;">
          <mxGeometry relative="1" as="geometry">
            <mxPoint x="851.9655172413793" y="430" as="targetPoint" />
          </mxGeometry>
        </mxCell>
        <mxCell id="hRm-Ou00VWeYjdHq_WFA-3" parent="1" style="ellipse;whiteSpace=wrap;html=1;aspect=fixed;fillColor=light-dark(#A21700,#A21700);" value="20" vertex="1">
          <mxGeometry height="50" width="50" x="827" y="270" as="geometry" />
        </mxCell>
        <mxCell id="hRm-Ou00VWeYjdHq_WFA-7" parent="1" style="text;html=1;whiteSpace=wrap;strokeColor=none;fillColor=none;align=center;verticalAlign=middle;rounded=0;" value="Modificar&lt;div&gt;producto&lt;/div&gt;" vertex="1">
          <mxGeometry height="30" width="60" x="827" y="340" as="geometry" />
        </mxCell>
        <mxCell id="wNyk0zgXBIJdKZvLJYqR-6" edge="1" parent="1" source="wNyk0zgXBIJdKZvLJYqR-1" style="edgeStyle=orthogonalEdgeStyle;rounded=0;orthogonalLoop=1;jettySize=auto;html=1;exitX=0.5;exitY=1;exitDx=0;exitDy=0;entryX=1;entryY=0.5;entryDx=0;entryDy=0;" target="LBXvCYroLYcxCpWWjZGj-17">
          <mxGeometry relative="1" as="geometry">
            <Array as="points">
              <mxPoint x="414" y="340" />
              <mxPoint x="530" y="340" />
              <mxPoint x="530" y="125" />
            </Array>
            <mxPoint x="480" y="150" as="targetPoint" />
          </mxGeometry>
        </mxCell>
        <mxCell id="wNyk0zgXBIJdKZvLJYqR-1" parent="1" style="ellipse;whiteSpace=wrap;html=1;aspect=fixed;fillColor=light-dark(#FFFFFF,#A21700);" value="21" vertex="1">
          <mxGeometry height="50" width="50" x="389" y="280" as="geometry" />
        </mxCell>
        <mxCell id="wNyk0zgXBIJdKZvLJYqR-5" parent="1" style="text;html=1;whiteSpace=wrap;strokeColor=none;fillColor=none;align=center;verticalAlign=middle;rounded=0;" value="Eliminar&lt;div&gt;producto&lt;/div&gt;&lt;div&gt;del&lt;/div&gt;&lt;div&gt;carrito&lt;/div&gt;" vertex="1">
          <mxGeometry height="30" width="60" x="340" y="280" as="geometry" />
        </mxCell>
+         <mxCell id="wNyk0zgXBIJdKZvLJYqR-23" edge="1" parent="1" source="wNyk0zgXBIJdKZvLJYqR-11" style="edgeStyle=orthogonalEdgeStyle;rounded=0;orthogonalLoop=1;jettySize=auto;html=1;exitX=0.5;exitY=1;exitDx=0;exitDy=0;entryX=0.5;entryY=0;entryDx=0;entryDy=0;" target="LBXvCYroLYcxCpWWjZGj-14">
+           <mxGeometry relative="1" as="geometry">
+             <Array as="points">
+               <mxPoint x="479" y="590" />
+               <mxPoint x="1040" y="590" />
+               <mxPoint x="1040" />
+               <mxPoint x="399" />
+             </Array>
+           </mxGeometry>
+         </mxCell>
+         <mxCell id="wNyk0zgXBIJdKZvLJYqR-11" parent="1" style="ellipse;whiteSpace=wrap;html=1;aspect=fixed;fillColor=light-dark(#FFFFFF,#A21700);" value="22" vertex="1">
+           <mxGeometry height="80" width="80" x="439" y="490" as="geometry" />
+         </mxCell>
+         <mxCell id="wNyk0zgXBIJdKZvLJYqR-21" parent="1" style="text;html=1;whiteSpace=wrap;strokeColor=none;fillColor=none;align=center;verticalAlign=middle;rounded=0;" value="Cerrar sesión" vertex="1">
+           <mxGeometry height="30" width="60" x="450" y="580" as="geometry" />
+         </mxCell>
      </root>
    </mxGraphModel>
  </diagram>
</mxfile>
